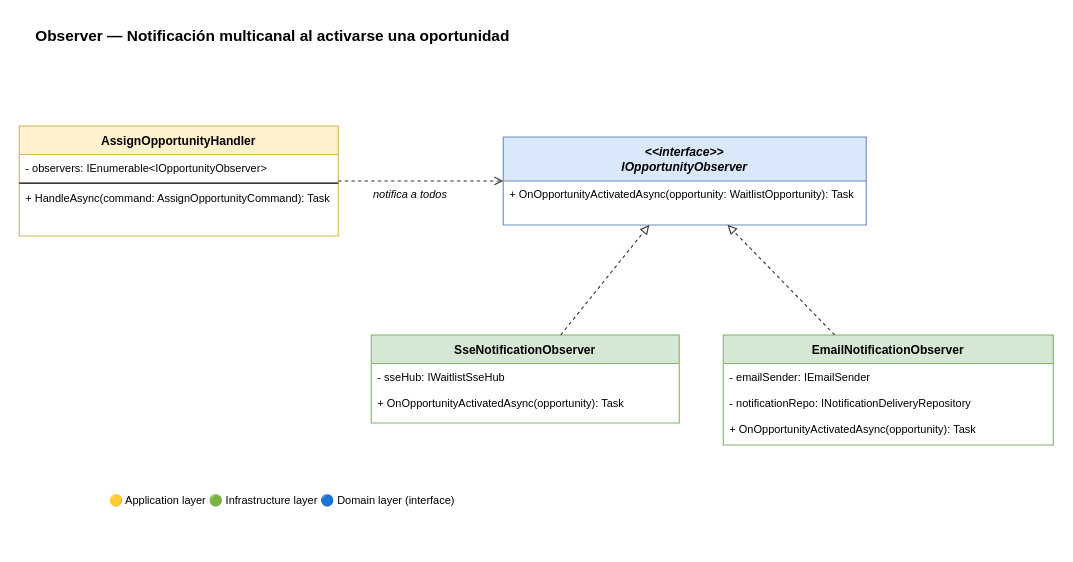
Before: docs/Features/Feature1/patterns/observer.drawio in Jomruizgo/ticketing_project_week1, a draw.io diagram. Source tidied: cells renumbered, new cells numbered last; positions are measured from the earlier drawing's top-left corner, leaving out a move shared by most shapes. Both pictures are drawn from the tidied source at 110%, with x=0, y=0 at pixel (19, 19).
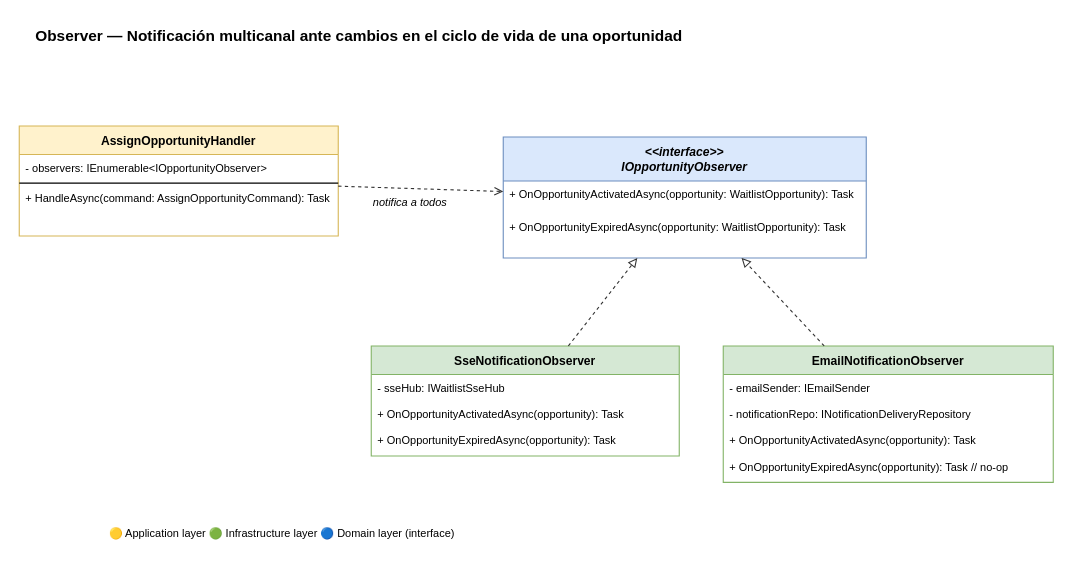
Above is the later version.

Change to the diagram source:
```diff
@@
-    <mxCell id="2" value="&lt;b&gt;Observer — Notificación multicanal al activarse una oportunidad&lt;/b&gt;" style="text;html=1;align=left;verticalAlign=middle;fontSize=14;" parent="1" vertex="1">
+    <mxCell id="2" value="&lt;b&gt;Observer — Notificación multicanal ante cambios en el ciclo de vida de una oportunidad&lt;/b&gt;" style="text;html=1;align=left;verticalAlign=middle;fontSize=14;" parent="1" vertex="1">
       <mxGeometry x="13" width="600" height="30" as="geometry" />
     </mxCell>
     <mxCell id="3" value="&lt;&lt;interface&gt;&gt;&#10;IOpportunityObserver" style="swimlane;fontStyle=3;align=center;startSize=40;fontSize=11;fillColor=#dae8fc;strokeColor=#6c8ebf;" parent="1" vertex="1">
-      <mxGeometry x="440" y="107" width="330" height="80" as="geometry" />
+      <mxGeometry x="440" y="107" width="330" height="110" as="geometry" />
     </mxCell>
     <mxCell id="4" value="+ OnOpportunityActivatedAsync(opportunity: WaitlistOpportunity): Task" style="text;align=left;fontSize=10;spacingLeft=4;" parent="3" vertex="1">
-      <mxGeometry y="40" width="300" height="30" as="geometry" />
+      <mxGeometry y="40" width="330" height="30" as="geometry" />
     </mxCell>
+    <mxCell id="21" value="+ OnOpportunityExpiredAsync(opportunity: WaitlistOpportunity): Task" style="text;align=left;fontSize=10;spacingLeft=4;" parent="3" vertex="1">
+      <mxGeometry y="70" width="330" height="30" as="geometry" />
+    </mxCell>
@@
     <mxCell id="9" value="SseNotificationObserver" style="swimlane;fontStyle=1;align=center;startSize=26;fontSize=11;fillColor=#d5e8d4;strokeColor=#82b366;" parent="1" vertex="1">
-      <mxGeometry x="320" y="287" width="280" height="80" as="geometry" />
+      <mxGeometry x="320" y="297" width="280" height="100" as="geometry" />
     </mxCell>
@@
+    <mxCell id="22" value="+ OnOpportunityExpiredAsync(opportunity): Task" style="text;align=left;fontSize=10;spacingLeft=4;" parent="9" vertex="1">
+      <mxGeometry y="74" width="280" height="24" as="geometry" />
+    </mxCell>
     <mxCell id="12" value="EmailNotificationObserver" style="swimlane;fontStyle=1;align=center;startSize=26;fontSize=11;fillColor=#d5e8d4;strokeColor=#82b366;" parent="1" vertex="1">
-      <mxGeometry x="640" y="287" width="300" height="100" as="geometry" />
+      <mxGeometry x="640" y="297" width="300" height="124" as="geometry" />
     </mxCell>
@@
+    <mxCell id="23" value="+ OnOpportunityExpiredAsync(opportunity): Task  // no-op" style="text;align=left;fontSize=10;spacingLeft=4;" parent="12" vertex="1">
+      <mxGeometry y="98" width="300" height="24" as="geometry" />
+    </mxCell>
@@
     <mxCell id="20" value="&lt;font style='font-size:10px'&gt;🟡 Application layer  🟢 Infrastructure layer  🔵 Domain layer (interface)&lt;/font&gt;" style="text;html=1;align=left;verticalAlign=middle;" parent="1" vertex="1">
-      <mxGeometry x="80" y="427" width="500" height="20" as="geometry" />
+      <mxGeometry x="80" y="457" width="500" height="20" as="geometry" />
     </mxCell>
```
